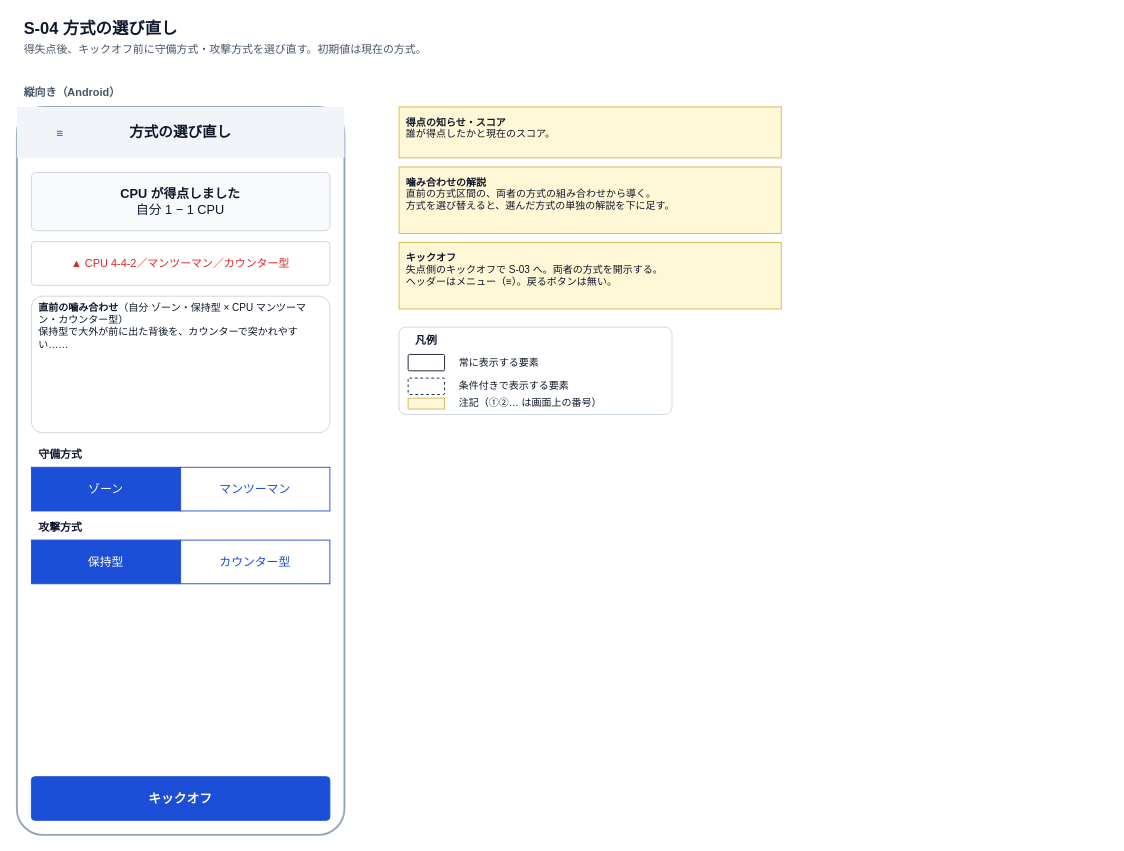
The draw.io diagram page "wireframe-s04-style-change" (4 of 12) of docs/specs/2_basic-design/wireframes.drawio in n-yata/soccer-sim, before the edit. Source tidied: cells renumbered, new cells numbered last; positions are measured from the earlier drawing's top-left corner, leaving out a move shared by most shapes. Both pictures are drawn from the tidied source at 91%, with x=0, y=0 at pixel (16, 15).
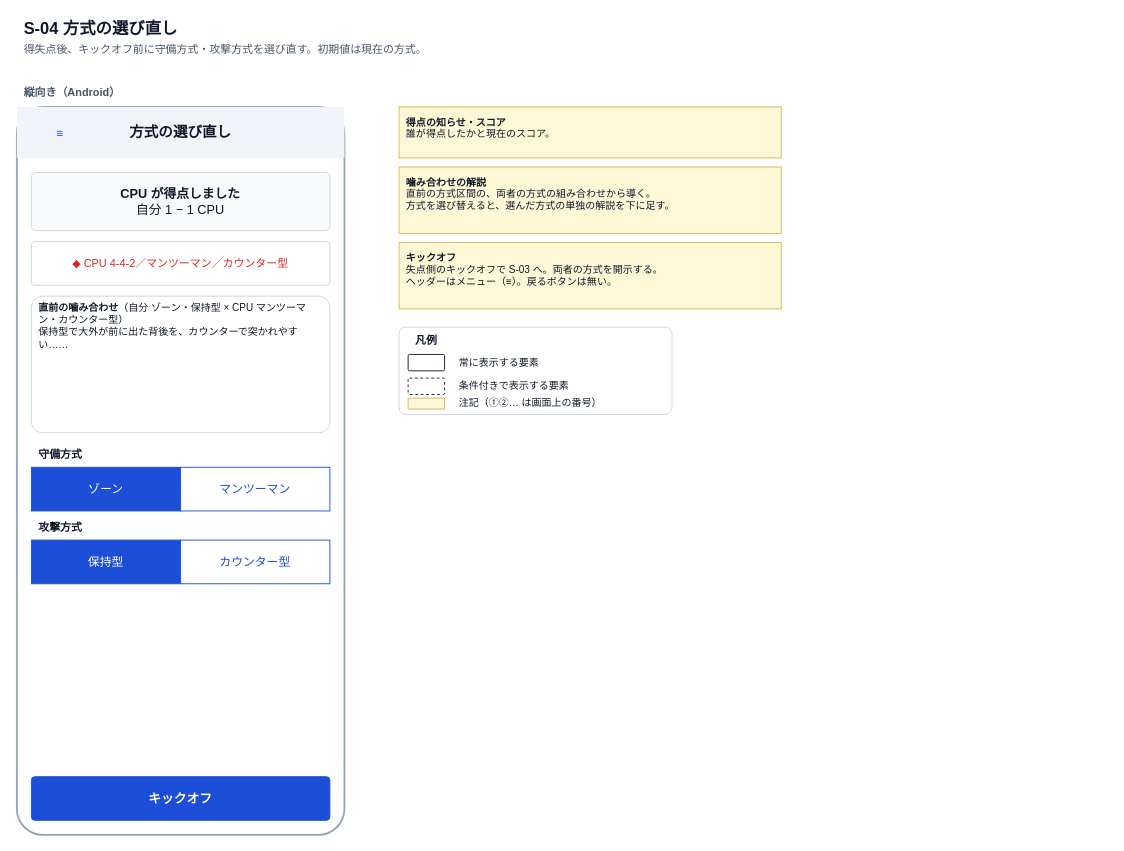
After the change.

Change to the diagram source:
```diff
@@
-    <mxCell id="10" value="&lt;span style='color:#DC2626'&gt;▲ CPU 4-4-2／マンツーマン／カウンター型&lt;/span&gt;" style="rounded=1;arcSize=8;whiteSpace=wrap;html=1;fillColor=#FFFFFF;strokeColor=#CBD5E1;fontSize=12;fontColor=#0F172A;align=center;verticalAlign=middle;spacingLeft=6;spacingRight=6;" parent="1" vertex="1">
+    <mxCell id="10" value="&lt;span style='color:#DC2626'&gt;◆ CPU 4-4-2／マンツーマン／カウンター型&lt;/span&gt;" style="rounded=1;arcSize=8;whiteSpace=wrap;html=1;fillColor=#FFFFFF;strokeColor=#CBD5E1;fontSize=12;fontColor=#0F172A;align=center;verticalAlign=middle;spacingLeft=6;spacingRight=6;" parent="1" vertex="1">
       <mxGeometry x="16" y="248" width="328" height="48" as="geometry" />
     </mxCell>
```
